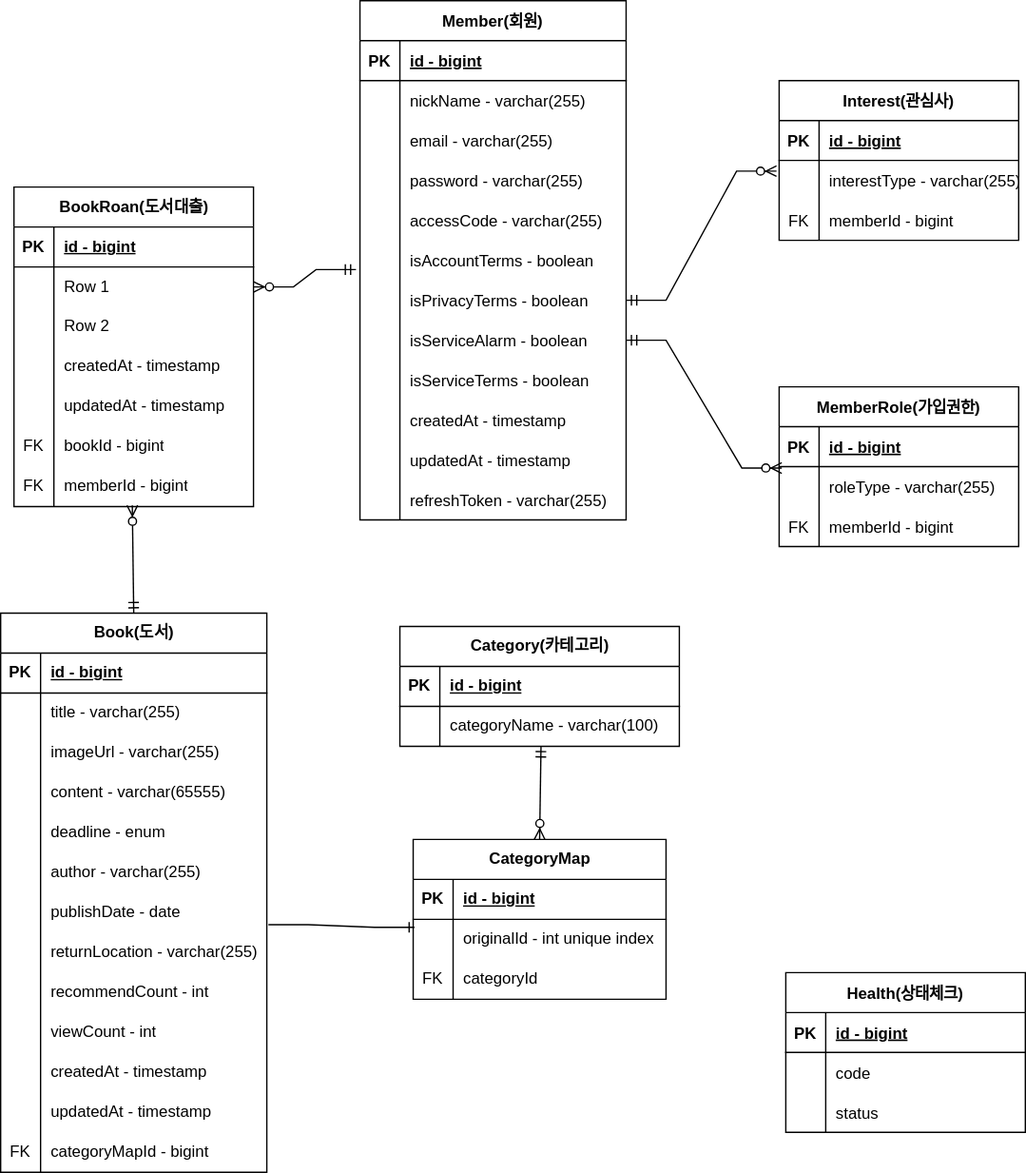
The draw.io diagram document/litarary.drawio.svg in dukki-labs/litarary, before a commit. Source tidied: cells renumbered, new cells last; positions are measured from the earlier drawing's top-left corner, leaving out a move shared by most shapes.
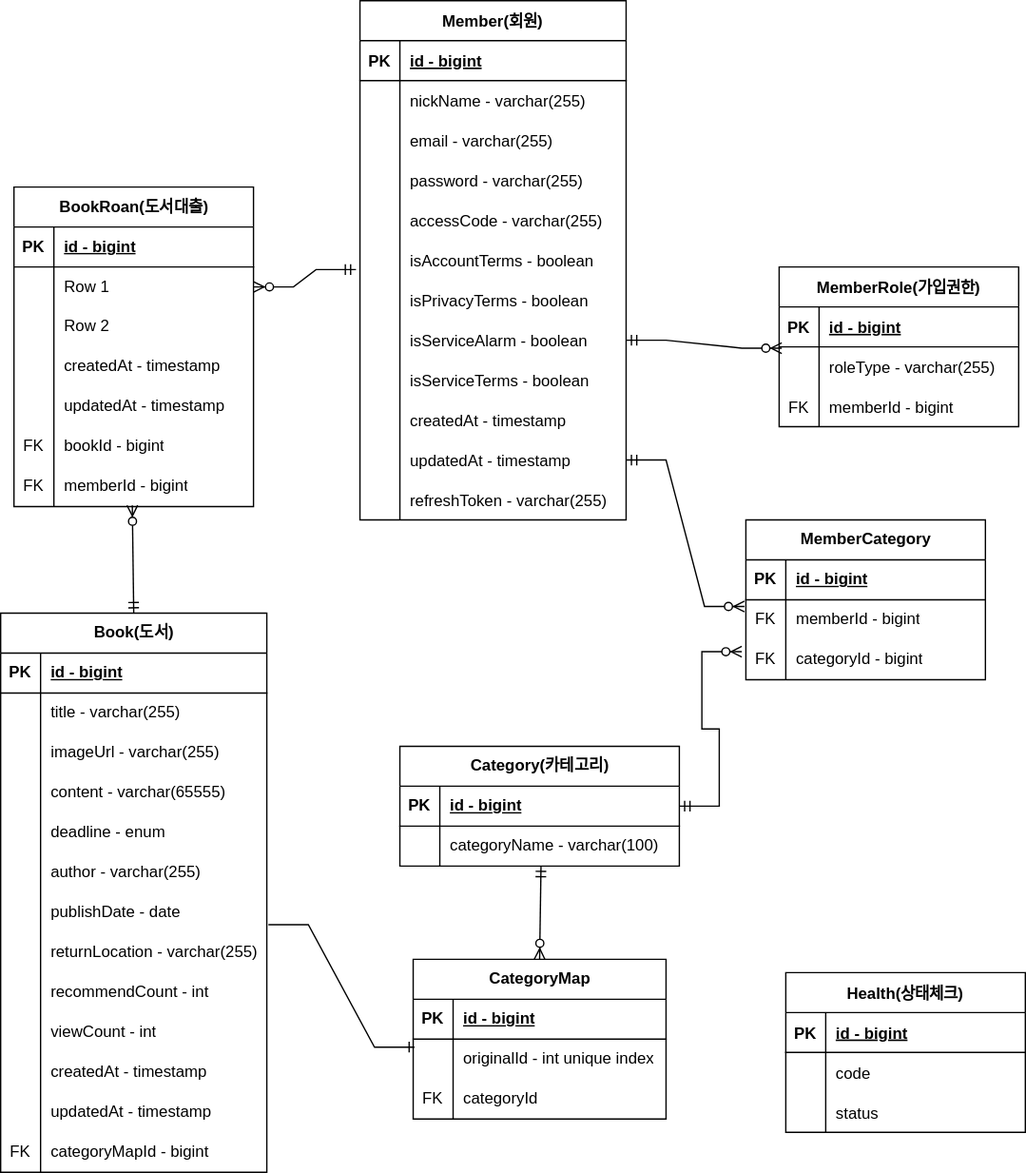
After the change.

Change to the diagram source:
```diff
@@ -143,41 +143,8 @@
     <mxCell id="48" value="refreshToken - varchar(255)" style="shape=partialRectangle;fillColor=none;top=0;left=0;bottom=0;right=0;align=left;spacingLeft=6;overflow=hidden;" parent="46" vertex="1">
       <mxGeometry x="30" width="170" height="30" as="geometry" />
     </mxCell>
-    <mxCell id="49" value="Interest(관심사)" style="shape=table;startSize=30;rowLines=0;fontStyle=1;align=center;" parent="1" vertex="1">
-      <mxGeometry x="585" y="60" width="180" height="120" as="geometry" />
-    </mxCell>
-    <mxCell id="50" style="shape=tableRow;horizontal=0;startSize=0;swimlaneHead=0;swimlaneBody=0;fillColor=none;top=0;left=0;right=0;bottom=1;" parent="49" vertex="1">
-      <mxGeometry y="30" width="180" height="30" as="geometry" />
-    </mxCell>
-    <mxCell id="51" value="PK" style="shape=partialRectangle;fillColor=none;top=0;left=0;bottom=0;right=0;fontStyle=1;overflow=hidden;" parent="50" vertex="1">
-      <mxGeometry width="30" height="30" as="geometry" />
-    </mxCell>
-    <mxCell id="52" value="id - bigint" style="shape=partialRectangle;fillColor=none;top=0;left=0;bottom=0;right=0;align=left;spacingLeft=6;fontStyle=5;overflow=hidden;" parent="50" vertex="1">
-      <mxGeometry x="30" width="150" height="30" as="geometry" />
-    </mxCell>
-    <mxCell id="53" style="shape=tableRow;horizontal=0;startSize=0;swimlaneHead=0;swimlaneBody=0;fillColor=none;points=[[0,0.5],[1,0.5]];portConstraint=eastwest;top=0;left=0;right=0;bottom=0;" parent="49" vertex="1">
-      <mxGeometry y="60" width="180" height="30" as="geometry" />
-    </mxCell>
-    <mxCell id="54" style="shape=partialRectangle;fillColor=none;top=0;left=0;bottom=0;right=0;overflow=hidden;" parent="53" vertex="1">
-      <mxGeometry width="30" height="30" as="geometry" />
-    </mxCell>
-    <mxCell id="55" value="interestType - varchar(255)" style="shape=partialRectangle;fillColor=none;top=0;left=0;bottom=0;right=0;align=left;spacingLeft=6;overflow=hidden;" parent="53" vertex="1">
-      <mxGeometry x="30" width="150" height="30" as="geometry" />
-    </mxCell>
-    <mxCell id="56" style="shape=tableRow;horizontal=0;startSize=0;swimlaneHead=0;swimlaneBody=0;fillColor=none;points=[[0,0.5],[1,0.5]];portConstraint=eastwest;top=0;left=0;right=0;bottom=0;" parent="49" vertex="1">
-      <mxGeometry y="90" width="180" height="30" as="geometry" />
-    </mxCell>
-    <mxCell id="57" value="FK" style="shape=partialRectangle;fillColor=none;top=0;left=0;bottom=0;right=0;overflow=hidden;" parent="56" vertex="1">
-      <mxGeometry width="30" height="30" as="geometry" />
-    </mxCell>
-    <mxCell id="58" value="memberId - bigint" style="shape=partialRectangle;fillColor=none;top=0;left=0;bottom=0;right=0;align=left;spacingLeft=6;overflow=hidden;" parent="56" vertex="1">
-      <mxGeometry x="30" width="150" height="30" as="geometry" />
-    </mxCell>
-    <mxCell id="59" style="edgeStyle=entityRelationEdgeStyle;fontSize=12;html=1;endArrow=ERzeroToMany;startArrow=ERmandOne;rounded=0;entryX=-0.011;entryY=0.267;entryDx=0;entryDy=0;entryPerimeter=0;exitX=1;exitY=0.5;exitDx=0;exitDy=0;" parent="1" edge="1" source="31" target="53">
-      <mxGeometry relative="1" as="geometry" />
-    </mxCell>
     <mxCell id="60" value="MemberRole(가입권한)" style="shape=table;startSize=30;rowLines=0;fontStyle=1;align=center;" parent="1" vertex="1">
-      <mxGeometry x="585" y="290" width="180" height="120" as="geometry" />
+      <mxGeometry x="585" y="200" width="180" height="120" as="geometry" />
     </mxCell>
     <mxCell id="61" style="shape=tableRow;horizontal=0;startSize=0;swimlaneHead=0;swimlaneBody=0;fillColor=none;top=0;left=0;right=0;bottom=1;" parent="60" vertex="1">
       <mxGeometry y="30" width="180" height="30" as="geometry" />
@@ -210,7 +177,7 @@
       <mxGeometry relative="1" as="geometry" />
     </mxCell>
     <mxCell id="71" value="Category(카테고리)" style="shape=table;startSize=30;rowLines=0;fontStyle=1;align=center;html=1;" parent="1" vertex="1">
-      <mxGeometry x="300" y="470" width="210" height="90" as="geometry" />
+      <mxGeometry x="300" y="560" width="210" height="90" as="geometry" />
     </mxCell>
     <mxCell id="72" style="shape=tableRow;horizontal=0;startSize=0;swimlaneHead=0;swimlaneBody=0;fillColor=none;points=[[0,0.5],[1,0.5]];portConstraint=eastwest;top=0;left=0;right=0;bottom=1;" parent="71" vertex="1">
       <mxGeometry y="30" width="210" height="30" as="geometry" />
@@ -231,7 +198,7 @@
       <mxGeometry x="30" width="180" height="30" as="geometry" />
     </mxCell>
     <mxCell id="78" value="CategoryMap" style="shape=table;startSize=30;rowLines=0;fontStyle=1;align=center;html=1;" parent="1" vertex="1">
-      <mxGeometry x="310" y="630" width="190" height="120" as="geometry" />
+      <mxGeometry x="310" y="720" width="190" height="120" as="geometry" />
     </mxCell>
     <mxCell id="79" style="shape=tableRow;horizontal=0;startSize=0;swimlaneHead=0;swimlaneBody=0;fillColor=none;top=0;left=0;right=0;bottom=1;" parent="78" vertex="1">
       <mxGeometry y="30" width="190" height="30" as="geometry" />
@@ -458,5 +425,41 @@
     <mxCell id="153" style="edgeStyle=entityRelationEdgeStyle;fontSize=12;html=1;endArrow=ERone;endFill=1;rounded=0;exitX=1.006;exitY=0.8;exitDx=0;exitDy=0;exitPerimeter=0;entryX=0.005;entryY=0.2;entryDx=0;entryDy=0;entryPerimeter=0;" parent="1" edge="1" source="108" target="82">
       <mxGeometry relative="1" as="geometry" />
     </mxCell>
+    <mxCell id="154" value="MemberCategory" style="shape=table;startSize=30;rowLines=0;fontStyle=1;align=center;html=1;" parent="1" vertex="1">
+      <mxGeometry x="560" y="390" width="180" height="120" as="geometry" />
+    </mxCell>
+    <mxCell id="50" style="shape=tableRow;horizontal=0;startSize=0;swimlaneHead=0;swimlaneBody=0;fillColor=none;top=0;left=0;right=0;bottom=1;" parent="154" vertex="1">
+      <mxGeometry y="30" width="180" height="30" as="geometry" />
+    </mxCell>
+    <mxCell id="51" value="PK" style="shape=partialRectangle;fillColor=none;top=0;left=0;bottom=0;right=0;fontStyle=1;overflow=hidden;whiteSpace=wrap;html=1;" parent="50" vertex="1">
+      <mxGeometry width="30" height="30" as="geometry" />
+    </mxCell>
+    <mxCell id="52" value="id - bigint" style="shape=partialRectangle;fillColor=none;top=0;left=0;bottom=0;right=0;align=left;spacingLeft=6;fontStyle=5;overflow=hidden;whiteSpace=wrap;html=1;" parent="50" vertex="1">
+      <mxGeometry x="30" width="150" height="30" as="geometry" />
+    </mxCell>
+    <mxCell id="53" style="shape=tableRow;horizontal=0;startSize=0;swimlaneHead=0;swimlaneBody=0;fillColor=none;points=[[0,0.5],[1,0.5]];portConstraint=eastwest;top=0;left=0;right=0;bottom=0;" parent="154" vertex="1">
+      <mxGeometry y="60" width="180" height="30" as="geometry" />
+    </mxCell>
+    <mxCell id="155" value="FK" style="shape=partialRectangle;fillColor=none;top=0;left=0;bottom=0;right=0;overflow=hidden;whiteSpace=wrap;html=1;" parent="53" vertex="1">
+      <mxGeometry width="30" height="30" as="geometry" />
+    </mxCell>
+    <mxCell id="58" value="memberId - bigint" style="shape=partialRectangle;fillColor=none;top=0;left=0;bottom=0;right=0;align=left;spacingLeft=6;overflow=hidden;whiteSpace=wrap;html=1;" parent="53" vertex="1">
+      <mxGeometry x="30" width="150" height="30" as="geometry" />
+    </mxCell>
+    <mxCell id="56" style="shape=tableRow;horizontal=0;startSize=0;swimlaneHead=0;swimlaneBody=0;fillColor=none;points=[[0,0.5],[1,0.5]];portConstraint=eastwest;top=0;left=0;right=0;bottom=0;" parent="154" vertex="1">
+      <mxGeometry y="90" width="180" height="30" as="geometry" />
+    </mxCell>
+    <mxCell id="156" value="FK" style="shape=partialRectangle;fillColor=none;top=0;left=0;bottom=0;right=0;overflow=hidden;whiteSpace=wrap;html=1;" parent="56" vertex="1">
+      <mxGeometry width="30" height="30" as="geometry" />
+    </mxCell>
+    <mxCell id="157" value="categoryId - bigint" style="shape=partialRectangle;fillColor=none;top=0;left=0;bottom=0;right=0;align=left;spacingLeft=6;overflow=hidden;whiteSpace=wrap;html=1;" parent="56" vertex="1">
+      <mxGeometry x="30" width="150" height="30" as="geometry" />
+    </mxCell>
+    <mxCell id="158" style="edgeStyle=entityRelationEdgeStyle;fontSize=12;html=1;endArrow=ERzeroToMany;startArrow=ERmandOne;rounded=0;entryX=-0.006;entryY=0.167;entryDx=0;entryDy=0;entryPerimeter=0;exitX=1;exitY=0.5;exitDx=0;exitDy=0;" parent="1" edge="1" source="43" target="53">
+      <mxGeometry relative="1" as="geometry" />
+    </mxCell>
+    <mxCell id="159" style="edgeStyle=entityRelationEdgeStyle;fontSize=12;html=1;endArrow=ERzeroToMany;startArrow=ERmandOne;rounded=0;exitX=1;exitY=0.5;exitDx=0;exitDy=0;entryX=-0.017;entryY=0.3;entryDx=0;entryDy=0;entryPerimeter=0;" parent="1" edge="1" source="72" target="56">
+      <mxGeometry relative="1" as="geometry" />
+    </mxCell>
   </root>
 </mxGraphModel>
```
